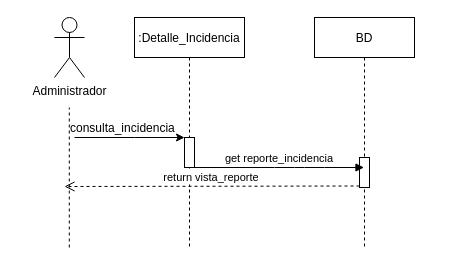
Before: page "Page-1" (1 of 10) of sec_reporte_incidencia.drawio in alangamboa97/TT, a draw.io diagram. Source tidied: cells renumbered, new cells numbered last; positions are measured from the earlier drawing's top-left corner, leaving out a move shared by most shapes. Both pictures are drawn from the tidied source at 100%, with x=0, y=0 at pixel (54, 17).
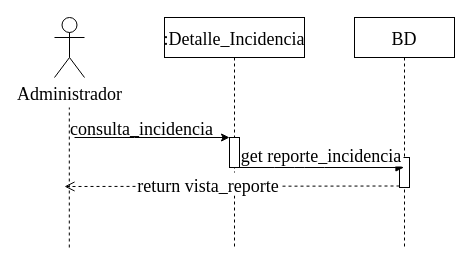
After the change.

What changed in the source:
```diff
@@
 <mxGraphModel>
   <root>
     <mxCell id="0" />
     <mxCell id="1" parent="0" />
-    <mxCell id="2" value=":Detalle_Incidencia" style="shape=umlLifeline;perimeter=lifelinePerimeter;rounded=0;shadow=0;strokeWidth=1;" parent="1" vertex="1">
-      <mxGeometry x="80" width="110" height="230" as="geometry" />
+    <mxCell id="2" value=":Detalle_Incidencia" style="shape=umlLifeline;perimeter=lifelinePerimeter;rounded=0;shadow=0;strokeWidth=1;fontFamily=Garamond;fontSize=18;" parent="1" vertex="1">
+      <mxGeometry x="110" width="140" height="230" as="geometry" />
     </mxCell>
-    <mxCell id="3" style="points=[];perimeter=orthogonalPerimeter;rounded=0;shadow=0;strokeWidth=1;" parent="2" vertex="1">
-      <mxGeometry x="50" y="120" width="10" height="30" as="geometry" />
+    <mxCell id="3" style="points=[];perimeter=orthogonalPerimeter;rounded=0;shadow=0;strokeWidth=1;fontFamily=Garamond;fontSize=18;" parent="2" vertex="1">
+      <mxGeometry x="65" y="120" width="10" height="30" as="geometry" />
     </mxCell>
-    <mxCell id="4" style="perimeter=orthogonalPerimeter;rounded=0;shadow=0;strokeWidth=1;" parent="2" vertex="1">
-      <mxGeometry x="50" y="120" width="10" height="30" as="geometry" />
+    <mxCell id="4" style="perimeter=orthogonalPerimeter;rounded=0;shadow=0;strokeWidth=1;fontFamily=Garamond;fontSize=18;" parent="2" vertex="1">
+      <mxGeometry x="65" y="120" width="10" height="30" as="geometry" />
     </mxCell>
-    <mxCell id="5" value="BD" style="shape=umlLifeline;perimeter=lifelinePerimeter;rounded=0;shadow=0;strokeWidth=1;" parent="1" vertex="1">
-      <mxGeometry x="260" width="100" height="230" as="geometry" />
+    <mxCell id="5" value="BD" style="shape=umlLifeline;perimeter=lifelinePerimeter;rounded=0;shadow=0;strokeWidth=1;fontFamily=Garamond;fontSize=18;" parent="1" vertex="1">
+      <mxGeometry x="300" width="100" height="230" as="geometry" />
     </mxCell>
-    <mxCell id="6" style="points=[];perimeter=orthogonalPerimeter;rounded=0;shadow=0;strokeWidth=1;" parent="5" vertex="1">
+    <mxCell id="6" style="points=[];perimeter=orthogonalPerimeter;rounded=0;shadow=0;strokeWidth=1;fontFamily=Garamond;fontSize=18;" parent="5" vertex="1">
       <mxGeometry x="45" y="140" width="10" height="30" as="geometry" />
     </mxCell>
-    <mxCell id="7" value="return vista_reporte" style="verticalAlign=bottom;endArrow=open;dashed=1;endSize=8;exitX=0;exitY=0.95;shadow=0;strokeWidth=1;" parent="1" edge="1" source="6">
-      <mxGeometry relative="1" as="geometry">
+    <mxCell id="7" value="return vista_reporte" style="verticalAlign=bottom;endArrow=open;dashed=1;endSize=8;exitX=0;exitY=0.95;shadow=0;strokeWidth=1;fontFamily=Garamond;fontSize=18;" parent="1" edge="1" source="6">
+      <mxGeometry x="0.14" y="11" relative="1" as="geometry">
         <mxPoint x="10" y="169" as="targetPoint" />
       </mxGeometry>
     </mxCell>
-    <mxCell id="8" value="get reporte_incidencia" style="verticalAlign=bottom;endArrow=block;shadow=0;strokeWidth=1;" parent="1" edge="1" source="3" target="5">
+    <mxCell id="8" value="get reporte_incidencia" style="verticalAlign=bottom;endArrow=block;shadow=0;strokeWidth=1;fontFamily=Garamond;fontSize=18;" parent="1" edge="1" source="3" target="5">
       <mxGeometry relative="1" as="geometry">
         <Array as="points">
           <mxPoint x="230" y="150" />
           <mxPoint x="260" y="150" />
         </Array>
       </mxGeometry>
     </mxCell>
-    <mxCell id="9" value="Administrador" style="shape=umlActor;verticalLabelPosition=bottom;verticalAlign=top;html=1;" parent="1" vertex="1">
+    <mxCell id="9" value="Administrador" style="shape=umlActor;verticalLabelPosition=bottom;verticalAlign=top;html=1;fontFamily=Garamond;fontSize=18;" parent="1" vertex="1">
       <mxGeometry width="30" height="60" as="geometry" />
     </mxCell>
-    <mxCell id="10" style="endArrow=none;dashed=1;html=1;rounded=0;" parent="1" edge="1">
+    <mxCell id="10" style="endArrow=none;dashed=1;html=1;rounded=0;fontFamily=Garamond;fontSize=18;" parent="1" edge="1">
       <mxGeometry relative="1" as="geometry">
         <mxPoint x="14.8" y="230" as="sourcePoint" />
         <mxPoint x="14.8" y="90" as="targetPoint" />
       </mxGeometry>
     </mxCell>
-    <mxCell id="11" style="endArrow=classic;html=1;rounded=0;" parent="1" edge="1" target="3">
+    <mxCell id="11" style="endArrow=classic;html=1;rounded=0;fontFamily=Garamond;fontSize=18;" parent="1" edge="1" target="3">
       <mxGeometry relative="1" as="geometry">
         <mxPoint x="20" y="120" as="sourcePoint" />
         <Array as="points">
           <mxPoint x="80" y="120" />
         </Array>
       </mxGeometry>
     </mxCell>
-    <mxCell id="12" value="consulta_incidencia" style="text;strokeColor=none;fillColor=none;align=left;verticalAlign=middle;spacingLeft=4;spacingRight=4;overflow=hidden;" parent="1" vertex="1">
-      <mxGeometry x="10" y="90" width="120" height="40" as="geometry" />
+    <mxCell id="12" value="consulta_incidencia" style="text;strokeColor=none;fillColor=none;align=left;verticalAlign=middle;spacingLeft=4;spacingRight=4;overflow=hidden;fontFamily=Garamond;fontSize=18;" parent="1" vertex="1">
+      <mxGeometry x="10" y="90" width="160" height="40" as="geometry" />
     </mxCell>
   </root>
 </mxGraphModel>
```
